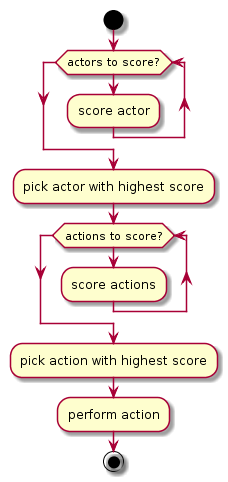
djwhitt/madison-clojure-zetawar-evolution-2017 keeps this PlantUML diagram as images/ai_interface.png. Above is the earlier version. Its diagram source:
```plantuml
@startuml
start

while (actors to score?)
  :score actor;
endwhile
:pick actor with highest score;
while (actions to score?)
  :score actions;
endwhile
:pick action with highest score;
:perform action;

stop
@enduml
```
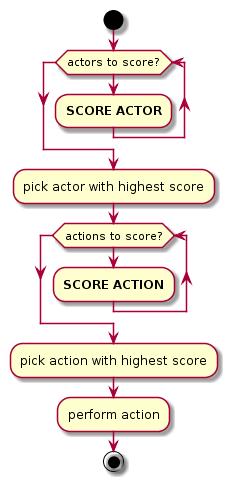
Above is the later version.

What changed in the source:
```diff
@@ -2,11 +2,11 @@
 start
 
 while (actors to score?)
-  :score actor;
+  :**SCORE ACTOR**;
 endwhile
 :pick actor with highest score;
 while (actions to score?)
-  :score actions;
+  :**SCORE ACTION**;
 endwhile
 :pick action with highest score;
 :perform action;
```
